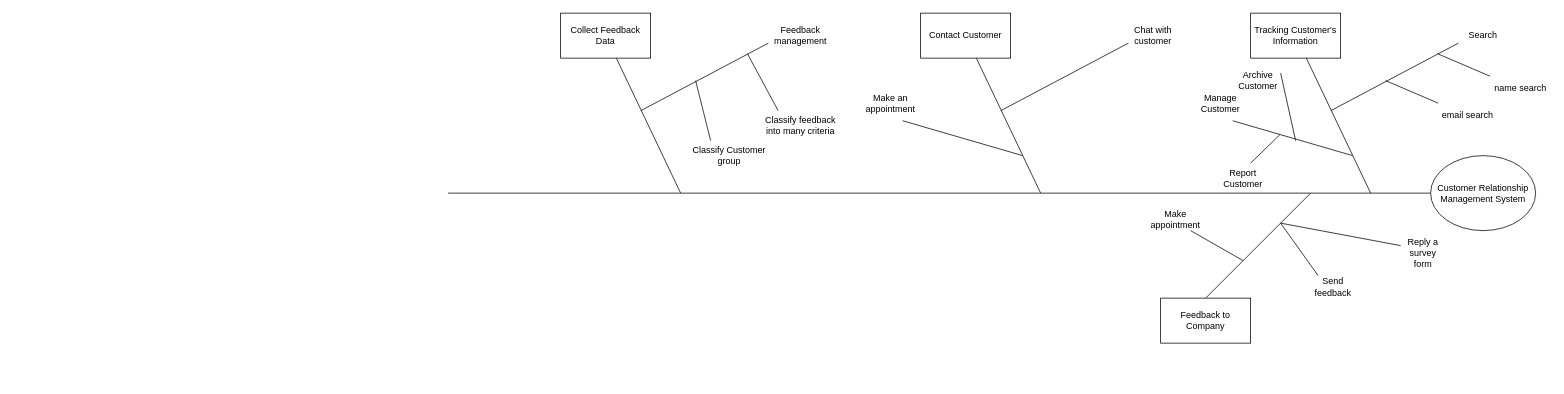
The draw.io diagram src/Untitled Diagram.drawio in thienan3007/math-util, before the edit. Source tidied: cells renumbered, new cells numbered last; positions are measured from the earlier drawing's top-left corner, leaving out a move shared by most shapes. Both pictures are drawn from the tidied source at 75%, with x=0, y=0 at pixel (448, 13).
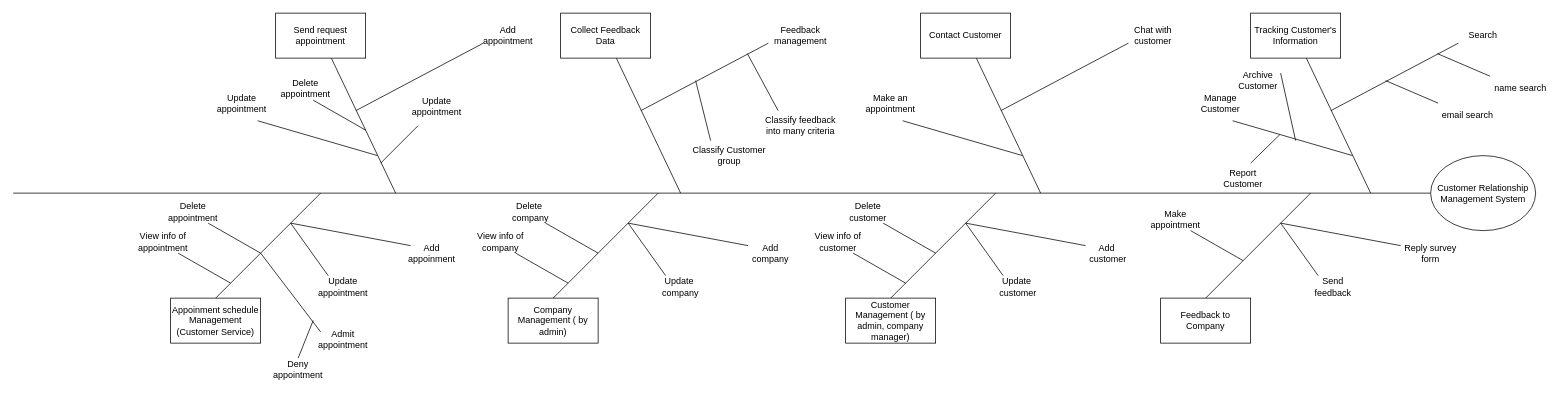
The same diagram, later.

Commit message:
CRMS Tree Diagram.drawio

The edit, as a diff of the source:
```diff
@@
     <mxCell id="2" style="endArrow=none;html=1;" parent="1" edge="1">
       <mxGeometry relative="1" as="geometry">
-        <mxPoint y="240" as="sourcePoint" />
+        <mxPoint x="-580" y="240" as="sourcePoint" />
         <mxPoint x="1310" y="240" as="targetPoint" />
       </mxGeometry>
     </mxCell>
@@
-    <mxCell id="19" value="Reply a survey form" style="text;html=1;strokeColor=none;fillColor=none;align=center;verticalAlign=middle;whiteSpace=wrap;rounded=0;" parent="1" vertex="1">
-      <mxGeometry x="1270" y="300" width="60" height="40" as="geometry" />
+    <mxCell id="19" value="Reply survey form" style="text;html=1;strokeColor=none;fillColor=none;align=center;verticalAlign=middle;whiteSpace=wrap;rounded=0;" parent="1" vertex="1">
+      <mxGeometry x="1270" y="300" width="80" height="40" as="geometry" />
     </mxCell>
@@
+    <mxCell id="40" style="endArrow=none;html=1;" parent="1" edge="1">
+      <mxGeometry relative="1" as="geometry">
+        <mxPoint x="590" y="380" as="sourcePoint" />
+        <mxPoint x="730" y="240" as="targetPoint" />
+      </mxGeometry>
+    </mxCell>
+    <mxCell id="41" value="Customer Management ( by admin, company manager)" style="rounded=0;whiteSpace=wrap;html=1;" parent="1" vertex="1">
+      <mxGeometry x="530" y="380" width="120" height="60" as="geometry" />
+    </mxCell>
+    <mxCell id="42" style="endArrow=none;html=1;" parent="1" edge="1">
+      <mxGeometry relative="1" as="geometry">
+        <mxPoint x="740" y="350" as="sourcePoint" />
+        <mxPoint x="690" y="280" as="targetPoint" />
+      </mxGeometry>
+    </mxCell>
+    <mxCell id="43" value="Update&amp;nbsp; customer" style="text;html=1;strokeColor=none;fillColor=none;align=center;verticalAlign=middle;whiteSpace=wrap;rounded=0;" parent="1" vertex="1">
+      <mxGeometry x="730" y="350" width="60" height="30" as="geometry" />
+    </mxCell>
+    <mxCell id="44" style="endArrow=none;html=1;" parent="1" edge="1">
+      <mxGeometry relative="1" as="geometry">
+        <mxPoint x="850" y="310" as="sourcePoint" />
+        <mxPoint x="690" y="280" as="targetPoint" />
+      </mxGeometry>
+    </mxCell>
+    <mxCell id="45" value="Add&amp;nbsp; customer" style="text;html=1;strokeColor=none;fillColor=none;align=center;verticalAlign=middle;whiteSpace=wrap;rounded=0;" parent="1" vertex="1">
+      <mxGeometry x="850" y="300" width="60" height="40" as="geometry" />
+    </mxCell>
+    <mxCell id="46" style="endArrow=none;html=1;" parent="1" edge="1">
+      <mxGeometry relative="1" as="geometry">
+        <mxPoint x="580" y="280" as="sourcePoint" />
+        <mxPoint x="650" y="320" as="targetPoint" />
+      </mxGeometry>
+    </mxCell>
+    <mxCell id="47" value="Delete customer" style="text;html=1;strokeColor=none;fillColor=none;align=center;verticalAlign=middle;whiteSpace=wrap;rounded=0;" parent="1" vertex="1">
+      <mxGeometry x="520" y="250" width="80" height="30" as="geometry" />
+    </mxCell>
+    <mxCell id="48" style="endArrow=none;html=1;" parent="1" edge="1">
+      <mxGeometry relative="1" as="geometry">
+        <mxPoint x="540" y="320" as="sourcePoint" />
+        <mxPoint x="610" y="360" as="targetPoint" />
+      </mxGeometry>
+    </mxCell>
+    <mxCell id="49" value="View info of customer" style="text;html=1;strokeColor=none;fillColor=none;align=center;verticalAlign=middle;whiteSpace=wrap;rounded=0;" parent="1" vertex="1">
+      <mxGeometry x="480" y="290" width="80" height="30" as="geometry" />
+    </mxCell>
+    <mxCell id="50" style="endArrow=none;html=1;" parent="1" edge="1">
+      <mxGeometry relative="1" as="geometry">
+        <mxPoint x="140" y="380" as="sourcePoint" />
+        <mxPoint x="280" y="240" as="targetPoint" />
+      </mxGeometry>
+    </mxCell>
+    <mxCell id="51" value="Company Management ( by admin)" style="rounded=0;whiteSpace=wrap;html=1;" parent="1" vertex="1">
+      <mxGeometry x="80" y="380" width="120" height="60" as="geometry" />
+    </mxCell>
+    <mxCell id="52" style="endArrow=none;html=1;" parent="1" edge="1">
+      <mxGeometry relative="1" as="geometry">
+        <mxPoint x="290" y="350" as="sourcePoint" />
+        <mxPoint x="240" y="280" as="targetPoint" />
+      </mxGeometry>
+    </mxCell>
+    <mxCell id="53" value="Update&amp;nbsp; company" style="text;html=1;strokeColor=none;fillColor=none;align=center;verticalAlign=middle;whiteSpace=wrap;rounded=0;" parent="1" vertex="1">
+      <mxGeometry x="280" y="350" width="60" height="30" as="geometry" />
+    </mxCell>
+    <mxCell id="54" style="endArrow=none;html=1;" parent="1" edge="1">
+      <mxGeometry relative="1" as="geometry">
+        <mxPoint x="400" y="310" as="sourcePoint" />
+        <mxPoint x="240" y="280" as="targetPoint" />
+      </mxGeometry>
+    </mxCell>
+    <mxCell id="55" value="Add company" style="text;html=1;strokeColor=none;fillColor=none;align=center;verticalAlign=middle;whiteSpace=wrap;rounded=0;" parent="1" vertex="1">
+      <mxGeometry x="400" y="300" width="60" height="40" as="geometry" />
+    </mxCell>
+    <mxCell id="56" style="endArrow=none;html=1;" parent="1" edge="1">
+      <mxGeometry relative="1" as="geometry">
+        <mxPoint x="130" y="280" as="sourcePoint" />
+        <mxPoint x="200" y="320" as="targetPoint" />
+      </mxGeometry>
+    </mxCell>
+    <mxCell id="57" value="Delete&amp;nbsp; company" style="text;html=1;strokeColor=none;fillColor=none;align=center;verticalAlign=middle;whiteSpace=wrap;rounded=0;" parent="1" vertex="1">
+      <mxGeometry x="70" y="250" width="80" height="30" as="geometry" />
+    </mxCell>
+    <mxCell id="58" style="endArrow=none;html=1;" parent="1" edge="1">
+      <mxGeometry relative="1" as="geometry">
+        <mxPoint x="90" y="320" as="sourcePoint" />
+        <mxPoint x="160" y="360" as="targetPoint" />
+      </mxGeometry>
+    </mxCell>
+    <mxCell id="59" value="View info of company" style="text;html=1;strokeColor=none;fillColor=none;align=center;verticalAlign=middle;whiteSpace=wrap;rounded=0;" parent="1" vertex="1">
+      <mxGeometry x="30" y="290" width="80" height="30" as="geometry" />
+    </mxCell>
+    <mxCell id="60" style="endArrow=none;html=1;" parent="1" edge="1">
+      <mxGeometry relative="1" as="geometry">
+        <mxPoint x="-310" y="380" as="sourcePoint" />
+        <mxPoint x="-170" y="240" as="targetPoint" />
+      </mxGeometry>
+    </mxCell>
+    <mxCell id="61" value="Appoinment schedule Management (Customer Service)" style="rounded=0;whiteSpace=wrap;html=1;" parent="1" vertex="1">
+      <mxGeometry x="-370" y="380" width="120" height="60" as="geometry" />
+    </mxCell>
+    <mxCell id="62" style="endArrow=none;html=1;" parent="1" edge="1">
+      <mxGeometry relative="1" as="geometry">
+        <mxPoint x="-160" y="350" as="sourcePoint" />
+        <mxPoint x="-210" y="280" as="targetPoint" />
+      </mxGeometry>
+    </mxCell>
+    <mxCell id="63" value="Update appointment" style="text;html=1;strokeColor=none;fillColor=none;align=center;verticalAlign=middle;whiteSpace=wrap;rounded=0;" parent="1" vertex="1">
+      <mxGeometry x="-170" y="350" width="60" height="30" as="geometry" />
+    </mxCell>
+    <mxCell id="64" style="endArrow=none;html=1;" parent="1" edge="1">
+      <mxGeometry relative="1" as="geometry">
+        <mxPoint x="-50" y="310" as="sourcePoint" />
+        <mxPoint x="-210" y="280" as="targetPoint" />
+      </mxGeometry>
+    </mxCell>
+    <mxCell id="65" value="Add&amp;nbsp; appoinment&amp;nbsp;" style="text;html=1;strokeColor=none;fillColor=none;align=center;verticalAlign=middle;whiteSpace=wrap;rounded=0;" parent="1" vertex="1">
+      <mxGeometry x="-50" y="300" width="60" height="40" as="geometry" />
+    </mxCell>
+    <mxCell id="66" style="endArrow=none;html=1;" parent="1" edge="1">
+      <mxGeometry relative="1" as="geometry">
+        <mxPoint x="-320" y="280" as="sourcePoint" />
+        <mxPoint x="-250" y="320" as="targetPoint" />
+      </mxGeometry>
+    </mxCell>
+    <mxCell id="67" value="Delete appointment" style="text;html=1;strokeColor=none;fillColor=none;align=center;verticalAlign=middle;whiteSpace=wrap;rounded=0;" parent="1" vertex="1">
+      <mxGeometry x="-380" y="250" width="80" height="30" as="geometry" />
+    </mxCell>
+    <mxCell id="68" style="endArrow=none;html=1;" parent="1" edge="1">
+      <mxGeometry relative="1" as="geometry">
+        <mxPoint x="-360" y="320" as="sourcePoint" />
+        <mxPoint x="-290" y="360" as="targetPoint" />
+      </mxGeometry>
+    </mxCell>
+    <mxCell id="69" value="View info of appointment" style="text;html=1;strokeColor=none;fillColor=none;align=center;verticalAlign=middle;whiteSpace=wrap;rounded=0;" parent="1" vertex="1">
+      <mxGeometry x="-420" y="290" width="80" height="30" as="geometry" />
+    </mxCell>
+    <mxCell id="70" style="endArrow=none;html=1;" parent="1" edge="1">
+      <mxGeometry relative="1" as="geometry">
+        <mxPoint x="-170" y="425" as="sourcePoint" />
+        <mxPoint x="-250" y="320" as="targetPoint" />
+      </mxGeometry>
+    </mxCell>
+    <mxCell id="71" value="Admit appointment" style="text;html=1;strokeColor=none;fillColor=none;align=center;verticalAlign=middle;whiteSpace=wrap;rounded=0;" parent="1" vertex="1">
+      <mxGeometry x="-170" y="420" width="60" height="30" as="geometry" />
+    </mxCell>
+    <mxCell id="72" style="endArrow=none;html=1;" parent="1" edge="1">
+      <mxGeometry relative="1" as="geometry">
+        <mxPoint x="-200" y="460" as="sourcePoint" />
+        <mxPoint x="-180" y="410" as="targetPoint" />
+      </mxGeometry>
+    </mxCell>
+    <mxCell id="73" value="Deny appointment" style="text;html=1;strokeColor=none;fillColor=none;align=center;verticalAlign=middle;whiteSpace=wrap;rounded=0;" parent="1" vertex="1">
+      <mxGeometry x="-230" y="460" width="60" height="30" as="geometry" />
+    </mxCell>
+    <mxCell id="74" style="endArrow=none;html=1;" parent="1" edge="1" target="75">
+      <mxGeometry relative="1" as="geometry">
+        <mxPoint x="-70" y="240" as="sourcePoint" />
+      </mxGeometry>
+    </mxCell>
+    <mxCell id="75" value="Send request appointment" style="rounded=0;whiteSpace=wrap;html=1;" parent="1" vertex="1">
+      <mxGeometry x="-230" width="120" height="60" as="geometry" />
+    </mxCell>
+    <mxCell id="76" style="endArrow=none;html=1;" parent="1" edge="1">
+      <mxGeometry relative="1" as="geometry">
+        <mxPoint x="-123" y="130" as="sourcePoint" />
+        <mxPoint x="47" y="40" as="targetPoint" />
+      </mxGeometry>
+    </mxCell>
+    <mxCell id="77" value="Add appointment" style="text;html=1;strokeColor=none;fillColor=none;align=center;verticalAlign=middle;whiteSpace=wrap;rounded=0;" parent="1" vertex="1">
+      <mxGeometry x="50" y="15" width="60" height="30" as="geometry" />
+    </mxCell>
+    <mxCell id="78" style="endArrow=none;html=1;" parent="1" edge="1">
+      <mxGeometry relative="1" as="geometry">
+        <mxPoint x="-94" y="190" as="sourcePoint" />
+        <mxPoint x="-254" y="143.5" as="targetPoint" />
+      </mxGeometry>
+    </mxCell>
+    <mxCell id="79" value="Update appointment" style="text;html=1;strokeColor=none;fillColor=none;align=center;verticalAlign=middle;whiteSpace=wrap;rounded=0;" parent="1" vertex="1">
+      <mxGeometry x="-330" y="100" width="110" height="40" as="geometry" />
+    </mxCell>
+    <mxCell id="80" style="endArrow=none;html=1;" parent="1" edge="1">
+      <mxGeometry relative="1" as="geometry">
+        <mxPoint x="-90" y="200" as="sourcePoint" />
+        <mxPoint x="-40" y="150" as="targetPoint" />
+      </mxGeometry>
+    </mxCell>
+    <mxCell id="81" style="endArrow=none;html=1;" parent="1" edge="1">
+      <mxGeometry relative="1" as="geometry">
+        <mxPoint x="-180" y="116" as="sourcePoint" />
+        <mxPoint x="-110" y="156" as="targetPoint" />
+      </mxGeometry>
+    </mxCell>
+    <mxCell id="82" value="Update appointment" style="text;html=1;strokeColor=none;fillColor=none;align=center;verticalAlign=middle;whiteSpace=wrap;rounded=0;" parent="1" vertex="1">
+      <mxGeometry x="-50" y="100" width="70" height="47" as="geometry" />
+    </mxCell>
+    <mxCell id="83" value="Delete appointment" style="text;html=1;strokeColor=none;fillColor=none;align=center;verticalAlign=middle;whiteSpace=wrap;rounded=0;" parent="1" vertex="1">
+      <mxGeometry x="-230" y="85" width="80" height="30" as="geometry" />
+    </mxCell>
```
